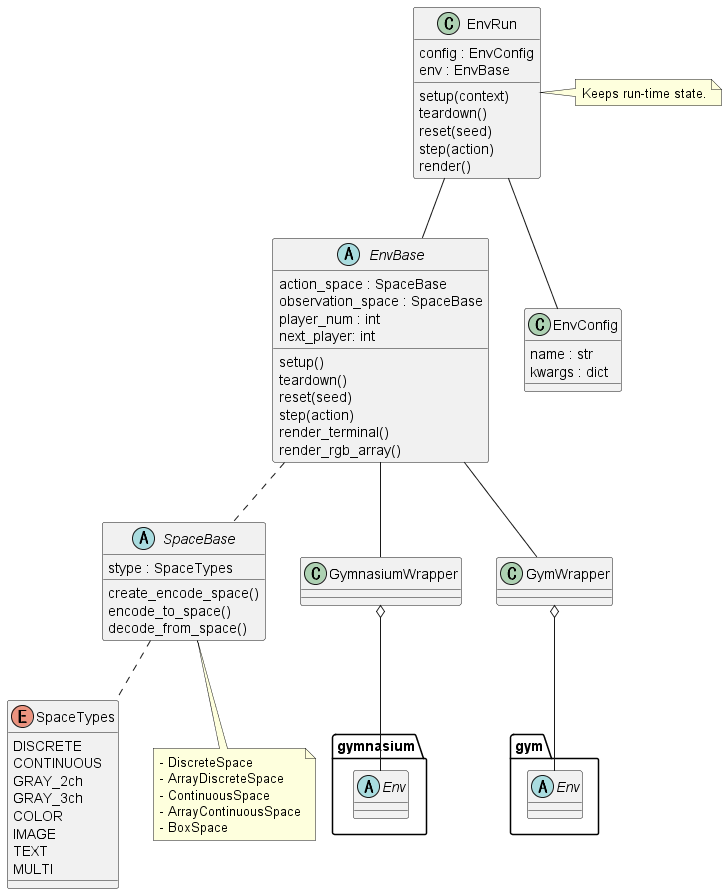
The PlantUML diagram docs/_images/class_env.png in pocokhc/simple_distributed_rl, before a commit.
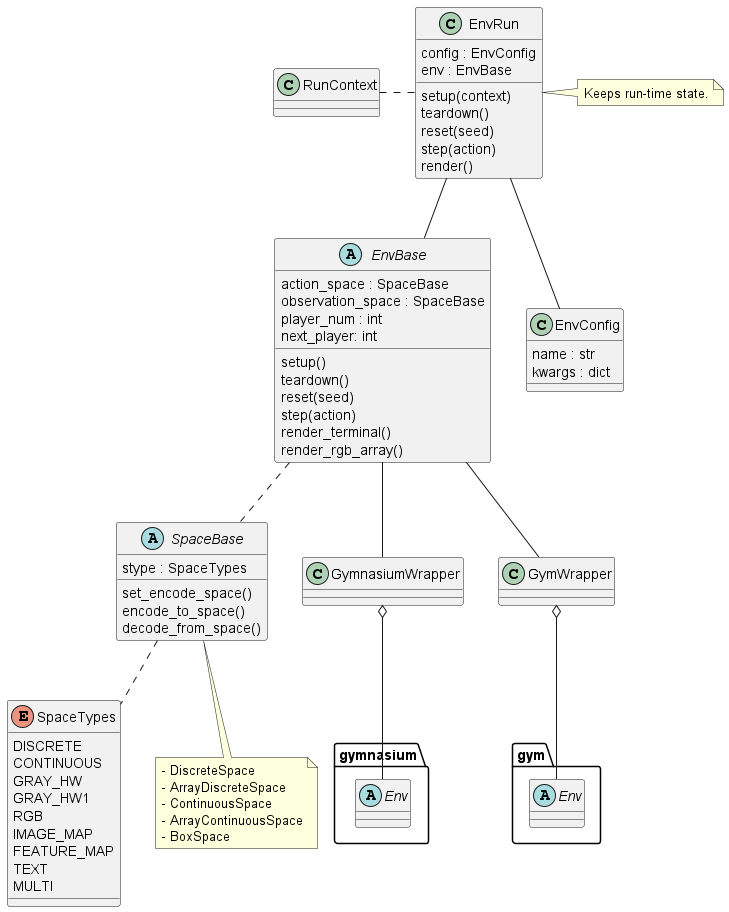
After the change.

Change to the diagram source:
```diff
@@ -3,17 +3,18 @@
 enum SpaceTypes {
     DISCRETE
     CONTINUOUS
-    GRAY_2ch
-    GRAY_3ch
-    COLOR
-    IMAGE
+    GRAY_HW
+    GRAY_HW1
+    RGB
+    IMAGE_MAP
+    FEATURE_MAP
     TEXT
     MULTI
 }
 
 abstract SpaceBase {
     stype : SpaceTypes
-    create_encode_space()
+    set_encode_space()
     encode_to_space()
     decode_from_space()
 }
@@ -53,6 +54,7 @@
 EnvBase -- GymnasiumWrapper
 EnvBase -- GymWrapper
 
+class RunContext {}
 class EnvRun {
     config : EnvConfig
     env : EnvBase
@@ -63,6 +65,7 @@
     render()
 }
 EnvRun -- EnvBase
+RunContext . EnvRun
 
 note "Keeps run-time state." as EnvRunMemo
 EnvRun . EnvRunMemo
```
